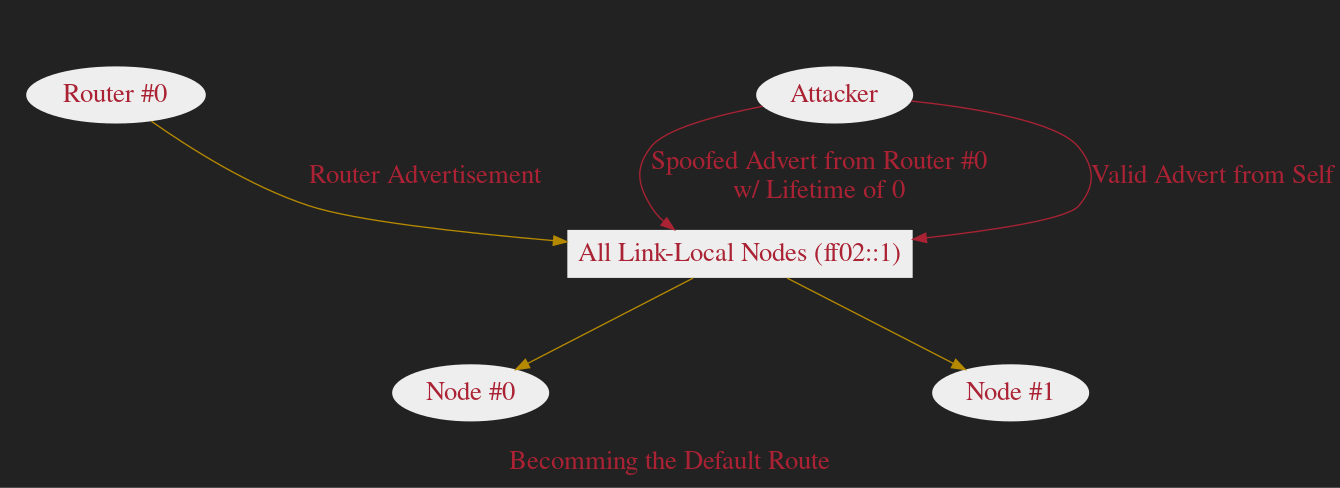
Before: slides/graphs/images/ndp-ura-attack2.png, a diagram exported from Graphviz (dlrobertson/dlrobertson.com). Its source is kept beside it as slides/graphs/sources/ndp-ura-attack2.dot.
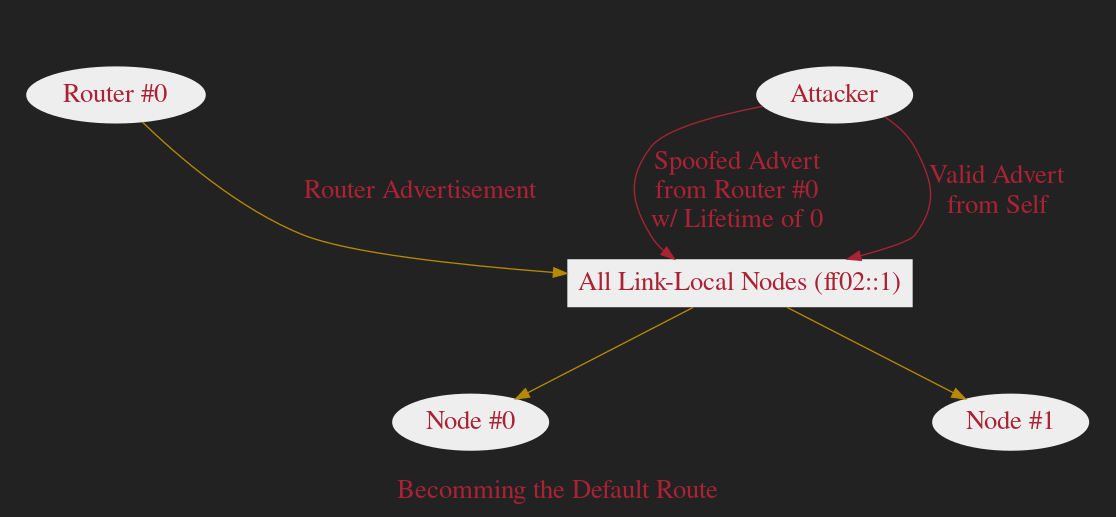
After the change.

Diff of the diagram source:
```diff
@@ -53,11 +53,11 @@
     }
     router0 -> all_nodes[label="Router Advertisement"]
     attacker -> all_nodes[
-        label="Spoofed Advert from Router #0\nw/ Lifetime of 0"
+        label="Spoofed Advert\nfrom Router #0\nw/ Lifetime of 0"
         color="#aa2233"
     ]
     attacker -> all_nodes[
-        label="Valid Advert from Self"
+        label="Valid Advert\nfrom Self"
         color="#aa2233"
     ]
     all_nodes -> node0
```
